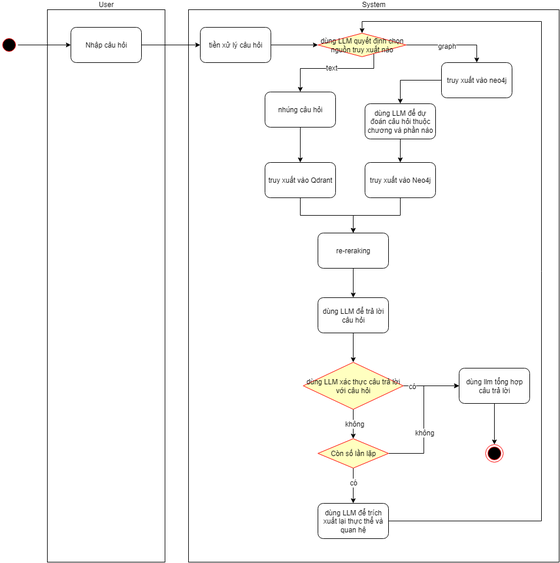
The draw.io diagram diagram/activity_diagram/qa.drawio.png in CaoThanhNammm/khoa_luan_2025_2026, before a commit. Source tidied: cells renumbered, new cells last; positions are measured from the earlier drawing's top-left corner, leaving out a move shared by most shapes.
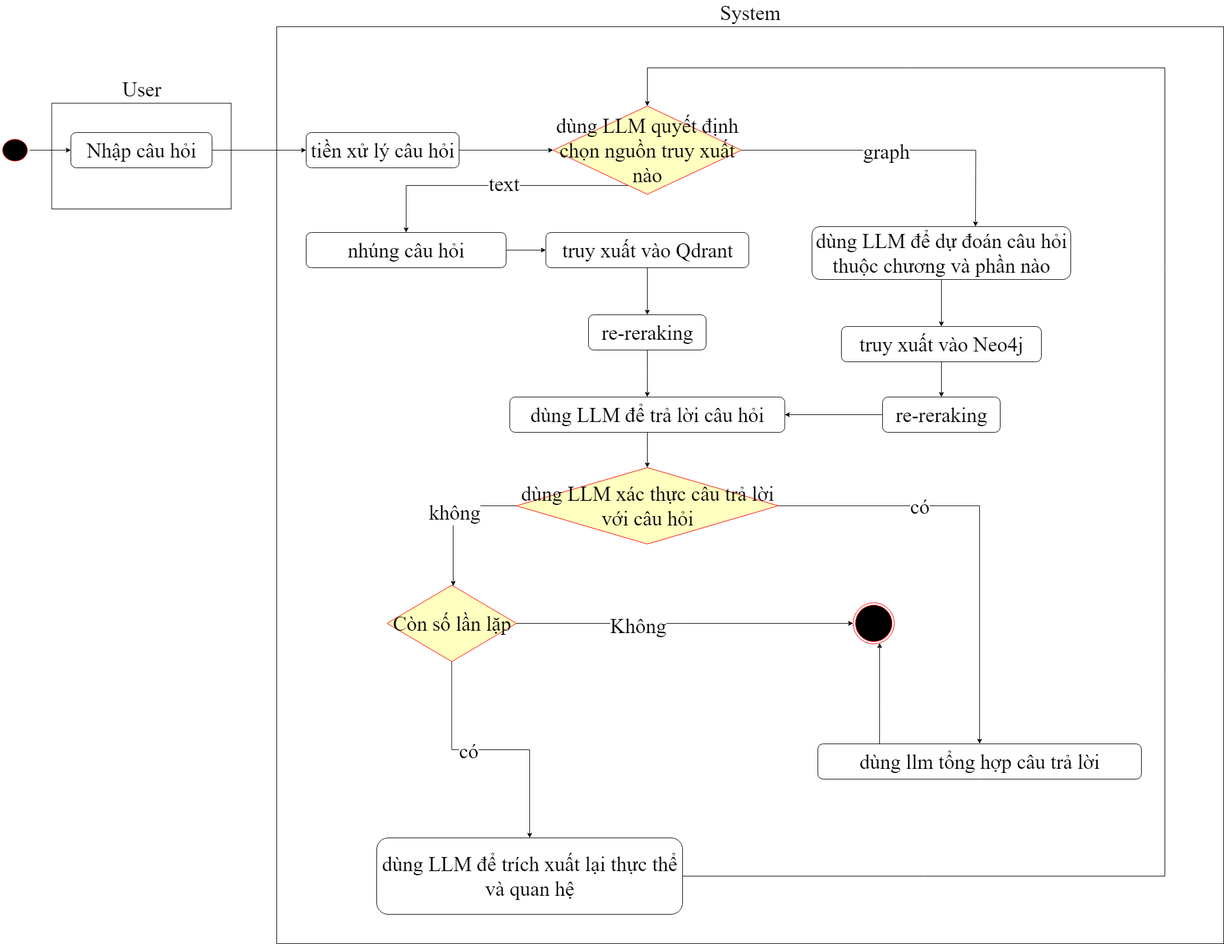
The same diagram one commit later.

What changed in the source:
```diff
@@ -2,144 +2,158 @@
   <root>
     <mxCell id="0" />
     <mxCell id="1" parent="0" />
-    <mxCell id="2" value="User" style="rounded=0;whiteSpace=wrap;html=1;labelPosition=center;verticalLabelPosition=top;align=center;verticalAlign=bottom;" parent="1" vertex="1">
-      <mxGeometry x="80" width="200" height="940" as="geometry" />
+    <mxCell id="2" value="User" style="rounded=0;whiteSpace=wrap;html=1;labelPosition=center;verticalLabelPosition=top;align=center;verticalAlign=bottom;fontFamily=Times New Roman;fontSize=35;" parent="1" vertex="1">
+      <mxGeometry x="-72.5" y="-370" width="305" height="180" as="geometry" />
     </mxCell>
-    <mxCell id="3" value="System" style="rounded=0;whiteSpace=wrap;html=1;labelPosition=center;verticalLabelPosition=top;align=center;verticalAlign=bottom;" parent="1" vertex="1">
-      <mxGeometry x="320" width="630" height="940" as="geometry" />
+    <mxCell id="3" value="System" style="rounded=0;whiteSpace=wrap;html=1;labelPosition=center;verticalLabelPosition=top;align=center;verticalAlign=bottom;fontFamily=Times New Roman;fontSize=35;" parent="1" vertex="1">
+      <mxGeometry x="310" y="-500" width="1610" height="1560" as="geometry" />
     </mxCell>
-    <mxCell id="4" style="edgeStyle=orthogonalEdgeStyle;rounded=0;jettySize=auto;html=1;" parent="1" edge="1" source="5" target="38">
+    <mxCell id="4" style="edgeStyle=orthogonalEdgeStyle;rounded=0;jettySize=auto;html=1;fontFamily=Times New Roman;fontSize=35;" parent="1" edge="1" source="5" target="38">
       <mxGeometry relative="1" as="geometry" />
     </mxCell>
-    <mxCell id="5" value="Nhập câu hỏi" style="rounded=1;whiteSpace=wrap;html=1;" parent="1" vertex="1">
-      <mxGeometry x="120" y="30" width="120" height="60" as="geometry" />
+    <mxCell id="5" value="Nhập câu hỏi" style="rounded=1;whiteSpace=wrap;html=1;fontFamily=Times New Roman;fontSize=35;" parent="1" vertex="1">
+      <mxGeometry x="-40" y="-320" width="240" height="60" as="geometry" />
     </mxCell>
-    <mxCell id="6" style="edgeStyle=orthogonalEdgeStyle;rounded=0;jettySize=auto;html=1;" parent="1" edge="1" source="7" target="5">
-      <mxGeometry relative="1" as="geometry" />
-    </mxCell>
-    <mxCell id="7" style="ellipse;html=1;shape=startState;fillColor=#000000;strokeColor=#ff0000;" parent="1" vertex="1">
-      <mxGeometry y="45" width="30" height="30" as="geometry" />
-    </mxCell>
+    <mxCell id="44" style="edgeStyle=orthogonalEdgeStyle;rounded=0;jettySize=auto;html=1;fontFamily=Times New Roman;fontSize=35;" parent="1" edge="1" source="45" target="5">
+      <mxGeometry relative="1" as="geometry" />
+    </mxCell>
+    <mxCell id="45" style="ellipse;html=1;shape=startState;fillColor=#000000;strokeColor=#ff0000;fontFamily=Times New Roman;fontSize=35;" parent="1" vertex="1">
+      <mxGeometry x="-160" y="-312.5" width="50" height="45" as="geometry" />
+    </mxCell>
+    <mxCell id="46" style="edgeStyle=orthogonalEdgeStyle;rounded=0;jettySize=auto;html=1;fontFamily=Times New Roman;fontSize=35;" parent="1" edge="1" source="12">
+      <mxGeometry relative="1" as="geometry">
+        <mxPoint x="1498" y="-160" as="targetPoint" />
+      </mxGeometry>
+    </mxCell>
+    <mxCell id="11" value="graph" style="edgeLabel;html=1;align=center;verticalAlign=middle;fontFamily=Times New Roman;fontSize=35;" parent="46" vertex="1">
+      <mxGeometry x="-0.07" y="-1" relative="1" as="geometry" />
+    </mxCell>
-    <mxCell id="8" style="edgeStyle=orthogonalEdgeStyle;rounded=0;jettySize=auto;html=1;" parent="1" edge="1" source="12" target="14">
+    <mxCell id="8" style="edgeStyle=orthogonalEdgeStyle;rounded=0;jettySize=auto;html=1;fontFamily=Times New Roman;fontSize=35;" parent="1" edge="1" source="12" target="14">
       <mxGeometry relative="1" as="geometry">
         <Array as="points">
-          <mxPoint x="635" y="100" />
-          <mxPoint x="510" y="100" />
+          <mxPoint x="530" y="-230" />
         </Array>
       </mxGeometry>
     </mxCell>
-    <mxCell id="9" value="text" style="edgeLabel;html=1;align=center;verticalAlign=middle;" parent="8" vertex="1">
-      <mxGeometry x="0.02" y="-2" relative="1" as="geometry" />
+    <mxCell id="9" value="text" style="edgeLabel;html=1;align=center;verticalAlign=middle;fontFamily=Times New Roman;fontSize=35;" parent="8" vertex="1">
+      <mxGeometry x="-0.07" y="-4" relative="1" as="geometry">
+        <mxPoint x="-1" as="offset" />
+      </mxGeometry>
     </mxCell>
-    <mxCell id="10" style="edgeStyle=orthogonalEdgeStyle;rounded=0;jettySize=auto;html=1;" parent="1" edge="1" source="12" target="16">
-      <mxGeometry relative="1" as="geometry" />
-    </mxCell>
-    <mxCell id="11" value="graph" style="edgeLabel;html=1;align=center;verticalAlign=middle;" parent="10" vertex="1">
-      <mxGeometry x="-0.07" y="-1" relative="1" as="geometry" />
-    </mxCell>
-    <mxCell id="12" value="dùng LLM quyết định chọn nguồn truy xuất nào" style="rhombus;whiteSpace=wrap;html=1;fontColor=#000000;fillColor=#ffffc0;strokeColor=#ff0000;" parent="1" vertex="1">
-      <mxGeometry x="540" y="40" width="150" height="40" as="geometry" />
+    <mxCell id="12" value="dùng LLM quyết định chọn nguồn truy xuất nào" style="rhombus;whiteSpace=wrap;html=1;fontColor=#000000;fillColor=#ffffc0;strokeColor=#ff0000;fontFamily=Times New Roman;fontSize=35;" parent="1" vertex="1">
+      <mxGeometry x="780" y="-365" width="320" height="150" as="geometry" />
     </mxCell>
-    <mxCell id="13" style="edgeStyle=orthogonalEdgeStyle;rounded=0;jettySize=auto;html=1;" parent="1" edge="1" source="14" target="18">
+    <mxCell id="13" style="edgeStyle=orthogonalEdgeStyle;rounded=0;jettySize=auto;html=1;fontFamily=Times New Roman;fontSize=35;" parent="1" edge="1" source="14" target="18">
       <mxGeometry relative="1" as="geometry" />
     </mxCell>
-    <mxCell id="14" value="nhúng câu hỏi" style="rounded=1;whiteSpace=wrap;html=1;" parent="1" vertex="1">
-      <mxGeometry x="450" y="140" width="120" height="60" as="geometry" />
+    <mxCell id="14" value="nhúng câu hỏi" style="rounded=1;whiteSpace=wrap;html=1;fontFamily=Times New Roman;fontSize=35;" parent="1" vertex="1">
+      <mxGeometry x="360" y="-150" width="340" height="60" as="geometry" />
     </mxCell>
-    <mxCell id="15" style="edgeStyle=orthogonalEdgeStyle;rounded=0;jettySize=auto;html=1;" parent="1" edge="1" source="16" target="24">
-      <mxGeometry relative="1" as="geometry" />
-    </mxCell>
-    <mxCell id="16" value="truy xuất vào neo4j" style="rounded=1;whiteSpace=wrap;html=1;" parent="1" vertex="1">
-      <mxGeometry x="750" y="90" width="120" height="60" as="geometry" />
-    </mxCell>
-    <mxCell id="17" style="edgeStyle=orthogonalEdgeStyle;rounded=0;jettySize=auto;html=1;" parent="1" edge="1" source="18" target="20">
-      <mxGeometry relative="1" as="geometry" />
-    </mxCell>
+    <mxCell id="47" style="edgeStyle=orthogonalEdgeStyle;rounded=0;jettySize=auto;html=1;fontFamily=Times New Roman;fontSize=35;" parent="1" edge="1" source="18" target="49">
+      <mxGeometry relative="1" as="geometry" />
+    </mxCell>
-    <mxCell id="18" value="truy xuất vào Qdrant" style="rounded=1;whiteSpace=wrap;html=1;" parent="1" vertex="1">
-      <mxGeometry x="450" y="260" width="120" height="60" as="geometry" />
+    <mxCell id="18" value="truy xuất vào Qdrant" style="rounded=1;whiteSpace=wrap;html=1;fontFamily=Times New Roman;fontSize=35;" parent="1" vertex="1">
+      <mxGeometry x="767.5" y="-150" width="345" height="60" as="geometry" />
     </mxCell>
-    <mxCell id="19" style="edgeStyle=orthogonalEdgeStyle;rounded=0;jettySize=auto;html=1;" parent="1" edge="1" source="20" target="22">
-      <mxGeometry relative="1" as="geometry" />
-    </mxCell>
-    <mxCell id="20" value="re-reraking" style="rounded=1;whiteSpace=wrap;html=1;" parent="1" vertex="1">
-      <mxGeometry x="540" y="380" width="120" height="60" as="geometry" />
-    </mxCell>
+    <mxCell id="48" style="edgeStyle=orthogonalEdgeStyle;rounded=0;jettySize=auto;html=1;fontFamily=Times New Roman;fontSize=35;" parent="1" edge="1" source="49" target="22">
+      <mxGeometry relative="1" as="geometry" />
+    </mxCell>
+    <mxCell id="49" value="re-reraking" style="rounded=1;whiteSpace=wrap;html=1;fontFamily=Times New Roman;fontSize=35;" parent="1" vertex="1">
+      <mxGeometry x="840" y="-10" width="200" height="60" as="geometry" />
+    </mxCell>
-    <mxCell id="21" style="edgeStyle=orthogonalEdgeStyle;rounded=0;jettySize=auto;html=1;entryX=0.5;entryY=0;entryDx=0;entryDy=0;" parent="1" edge="1" source="22" target="31">
+    <mxCell id="21" style="edgeStyle=orthogonalEdgeStyle;rounded=0;jettySize=auto;html=1;entryX=0.5;entryY=0;entryDx=0;entryDy=0;fontFamily=Times New Roman;fontSize=35;" parent="1" edge="1" source="22" target="31">
       <mxGeometry relative="1" as="geometry" />
     </mxCell>
-    <mxCell id="22" value="dùng LLM để trả lời câu hỏi" style="rounded=1;whiteSpace=wrap;html=1;" parent="1" vertex="1">
-      <mxGeometry x="540" y="490" width="120" height="60" as="geometry" />
+    <mxCell id="22" value="dùng LLM để trả lời câu hỏi" style="rounded=1;whiteSpace=wrap;html=1;fontFamily=Times New Roman;fontSize=35;" parent="1" vertex="1">
+      <mxGeometry x="706.2" y="130" width="467.5" height="60" as="geometry" />
     </mxCell>
-    <mxCell id="23" style="edgeStyle=orthogonalEdgeStyle;rounded=0;jettySize=auto;html=1;" parent="1" edge="1" source="24" target="26">
+    <mxCell id="23" style="edgeStyle=orthogonalEdgeStyle;rounded=0;jettySize=auto;html=1;fontFamily=Times New Roman;fontSize=35;" parent="1" edge="1" source="24" target="26">
       <mxGeometry relative="1" as="geometry" />
     </mxCell>
-    <mxCell id="24" value="dùng LLM để dự đoán câu hỏi thuộc chương và phần nào" style="rounded=1;whiteSpace=wrap;html=1;" parent="1" vertex="1">
-      <mxGeometry x="620" y="160" width="120" height="60" as="geometry" />
+    <mxCell id="24" value="dùng LLM để dự đoán câu hỏi thuộc chương và phần nào" style="rounded=1;whiteSpace=wrap;html=1;fontFamily=Times New Roman;fontSize=35;" parent="1" vertex="1">
+      <mxGeometry x="1220" y="-160" width="440" height="90" as="geometry" />
     </mxCell>
-    <mxCell id="25" style="edgeStyle=orthogonalEdgeStyle;rounded=0;jettySize=auto;html=1;entryX=0.5;entryY=0;entryDx=0;entryDy=0;" parent="1" edge="1" source="26" target="20">
-      <mxGeometry relative="1" as="geometry" />
-    </mxCell>
+    <mxCell id="50" style="edgeStyle=orthogonalEdgeStyle;rounded=0;jettySize=auto;html=1;fontFamily=Times New Roman;fontSize=35;" parent="1" edge="1" source="26" target="59">
+      <mxGeometry relative="1" as="geometry" />
+    </mxCell>
-    <mxCell id="26" value="truy xuất vào Neo4j" style="rounded=1;whiteSpace=wrap;html=1;" parent="1" vertex="1">
-      <mxGeometry x="620" y="260" width="120" height="60" as="geometry" />
+    <mxCell id="26" value="truy xuất vào Neo4j" style="rounded=1;whiteSpace=wrap;html=1;fontFamily=Times New Roman;fontSize=35;" parent="1" vertex="1">
+      <mxGeometry x="1270" y="10" width="340" height="60" as="geometry" />
     </mxCell>
-    <mxCell id="27" style="edgeStyle=orthogonalEdgeStyle;rounded=0;jettySize=auto;html=1;" parent="1" edge="1" source="31" target="33">
+    <mxCell id="27" style="edgeStyle=orthogonalEdgeStyle;rounded=0;jettySize=auto;html=1;fontFamily=Times New Roman;fontSize=35;" parent="1" edge="1" source="31" target="33">
       <mxGeometry relative="1" as="geometry" />
     </mxCell>
-    <mxCell id="28" value="có" style="edgeLabel;html=1;align=center;verticalAlign=middle;" parent="27" vertex="1">
-      <mxGeometry x="-0.31" y="3" relative="1" as="geometry">
-        <mxPoint x="-18" y="3" as="offset" />
-      </mxGeometry>
-    </mxCell>
+    <mxCell id="51" value="có" style="edgeLabel;html=1;align=center;verticalAlign=middle;fontFamily=Times New Roman;fontSize=35;" parent="27" vertex="1">
+      <mxGeometry x="-0.31" y="3" relative="1" as="geometry">
+        <mxPoint x="-18" y="3" as="offset" />
+      </mxGeometry>
+    </mxCell>
-    <mxCell id="29" style="edgeStyle=orthogonalEdgeStyle;rounded=0;jettySize=auto;html=1;" parent="1" edge="1" source="31" target="43">
-      <mxGeometry relative="1" as="geometry" />
+    <mxCell id="29" style="edgeStyle=orthogonalEdgeStyle;rounded=0;jettySize=auto;html=1;fontFamily=Times New Roman;fontSize=35;" parent="1" edge="1" source="31" target="43">
+      <mxGeometry relative="1" as="geometry">
+        <Array as="points">
+          <mxPoint x="610" y="315" />
+          <mxPoint x="610" y="485" />
+          <mxPoint x="620" y="485" />
+        </Array>
+      </mxGeometry>
     </mxCell>
-    <mxCell id="30" value="không" style="edgeLabel;html=1;align=center;verticalAlign=middle;" parent="29" vertex="1">
-      <mxGeometry x="-0.04" y="1" relative="1" as="geometry" />
-    </mxCell>
+    <mxCell id="52" value="không" style="edgeLabel;html=1;align=center;verticalAlign=middle;fontFamily=Times New Roman;fontSize=35;" parent="29" vertex="1">
+      <mxGeometry x="-0.04" y="1" relative="1" as="geometry" />
+    </mxCell>
-    <mxCell id="31" value="dùng LLM xác thực câu trả lời với câu hỏi" style="rhombus;whiteSpace=wrap;html=1;fontColor=#000000;fillColor=#ffffc0;strokeColor=#ff0000;" parent="1" vertex="1">
-      <mxGeometry x="515" y="600" width="170" height="80" as="geometry" />
+    <mxCell id="31" value="dùng LLM xác thực câu trả lời với câu hỏi" style="rhombus;whiteSpace=wrap;html=1;fontColor=#000000;fillColor=#ffffc0;strokeColor=#ff0000;fontFamily=Times New Roman;fontSize=35;" parent="1" vertex="1">
+      <mxGeometry x="717.5" y="250" width="445" height="130" as="geometry" />
     </mxCell>
-    <mxCell id="32" style="edgeStyle=orthogonalEdgeStyle;rounded=0;jettySize=auto;html=1;" parent="1" edge="1" source="33" target="36">
-      <mxGeometry relative="1" as="geometry" />
-    </mxCell>
+    <mxCell id="53" style="edgeStyle=orthogonalEdgeStyle;rounded=0;jettySize=auto;html=1;fontFamily=Times New Roman;fontSize=35;" parent="1" edge="1" source="33" target="54">
+      <mxGeometry relative="1" as="geometry">
+        <Array as="points">
+          <mxPoint x="1335" y="660" />
+          <mxPoint x="1335" y="660" />
+        </Array>
+      </mxGeometry>
+    </mxCell>
-    <mxCell id="33" value="dùng llm tổng hợp câu trả lời" style="rounded=1;whiteSpace=wrap;html=1;" parent="1" vertex="1">
-      <mxGeometry x="780" y="610" width="120" height="60" as="geometry" />
+    <mxCell id="33" value="dùng llm tổng hợp câu trả lời" style="rounded=1;whiteSpace=wrap;html=1;fontFamily=Times New Roman;fontSize=35;" parent="1" vertex="1">
+      <mxGeometry x="1230" y="720" width="550" height="60" as="geometry" />
     </mxCell>
-    <mxCell id="34" style="edgeStyle=orthogonalEdgeStyle;rounded=0;jettySize=auto;html=1;entryX=0.5;entryY=0;entryDx=0;entryDy=0;" parent="1" edge="1" source="35" target="12">
+    <mxCell id="34" style="edgeStyle=orthogonalEdgeStyle;rounded=0;jettySize=auto;html=1;entryX=0.5;entryY=0;entryDx=0;entryDy=0;fontFamily=Times New Roman;fontSize=35;" parent="1" edge="1" source="35" target="12">
       <mxGeometry relative="1" as="geometry">
         <Array as="points">
-          <mxPoint x="920" y="870" />
-          <mxPoint x="920" y="20" />
-          <mxPoint x="615" y="20" />
+          <mxPoint x="1820" y="945" />
+          <mxPoint x="1820" y="-430" />
+          <mxPoint x="940" y="-430" />
         </Array>
       </mxGeometry>
     </mxCell>
-    <mxCell id="35" value="dùng LLM để trích xuất lại thực thể và quan hệ" style="rounded=1;whiteSpace=wrap;html=1;" parent="1" vertex="1">
-      <mxGeometry x="540" y="840" width="120" height="60" as="geometry" />
+    <mxCell id="35" value="dùng LLM để trích xuất lại thực thể và quan hệ" style="rounded=1;whiteSpace=wrap;html=1;fontFamily=Times New Roman;fontSize=35;" parent="1" vertex="1">
+      <mxGeometry x="480" y="880" width="520" height="130" as="geometry" />
     </mxCell>
-    <mxCell id="36" style="ellipse;html=1;shape=endState;fillColor=#000000;strokeColor=#ff0000;" parent="1" vertex="1">
-      <mxGeometry x="825" y="740" width="30" height="30" as="geometry" />
-    </mxCell>
+    <mxCell id="54" style="ellipse;html=1;shape=endState;fillColor=#000000;strokeColor=#ff0000;fontFamily=Times New Roman;fontSize=35;" parent="1" vertex="1">
+      <mxGeometry x="1290" y="480" width="70" height="70" as="geometry" />
+    </mxCell>
-    <mxCell id="37" style="edgeStyle=orthogonalEdgeStyle;rounded=0;jettySize=auto;html=1;" parent="1" edge="1" source="38" target="12">
+    <mxCell id="37" style="edgeStyle=orthogonalEdgeStyle;rounded=0;jettySize=auto;html=1;fontFamily=Times New Roman;fontSize=35;" parent="1" edge="1" source="38" target="12">
       <mxGeometry relative="1" as="geometry" />
     </mxCell>
-    <mxCell id="38" value="tiền xử lý câu hỏi" style="rounded=1;whiteSpace=wrap;html=1;" parent="1" vertex="1">
-      <mxGeometry x="340" y="30" width="120" height="60" as="geometry" />
+    <mxCell id="38" value="tiền xử lý câu hỏi" style="rounded=1;whiteSpace=wrap;html=1;fontFamily=Times New Roman;fontSize=35;" parent="1" vertex="1">
+      <mxGeometry x="360" y="-320" width="260" height="60" as="geometry" />
     </mxCell>
-    <mxCell id="39" style="edgeStyle=orthogonalEdgeStyle;rounded=0;jettySize=auto;html=1;" parent="1" edge="1" source="43" target="35">
+    <mxCell id="39" style="edgeStyle=orthogonalEdgeStyle;rounded=0;jettySize=auto;html=1;fontFamily=Times New Roman;fontSize=35;" parent="1" edge="1" source="43" target="35">
       <mxGeometry relative="1" as="geometry" />
     </mxCell>
-    <mxCell id="40" value="có" style="edgeLabel;html=1;align=center;verticalAlign=middle;" parent="39" vertex="1">
-      <mxGeometry x="-0.18" y="-1" relative="1" as="geometry" />
-    </mxCell>
-    <mxCell id="41" style="edgeStyle=orthogonalEdgeStyle;rounded=0;jettySize=auto;html=1;entryX=0;entryY=0.5;entryDx=0;entryDy=0;" parent="1" edge="1" source="43" target="33">
-      <mxGeometry relative="1" as="geometry" />
-    </mxCell>
-    <mxCell id="42" value="không" style="edgeLabel;html=1;align=center;verticalAlign=middle;" parent="41" vertex="1">
-      <mxGeometry x="-0.19" relative="1" as="geometry" />
-    </mxCell>
+    <mxCell id="55" value="có" style="edgeLabel;html=1;align=center;verticalAlign=middle;fontFamily=Times New Roman;fontSize=35;" parent="39" vertex="1">
+      <mxGeometry x="-0.18" y="-1" relative="1" as="geometry" />
+    </mxCell>
+    <mxCell id="56" style="edgeStyle=orthogonalEdgeStyle;rounded=0;jettySize=auto;html=1;entryX=0;entryY=0.5;entryDx=0;entryDy=0;fontFamily=Times New Roman;fontSize=35;" parent="1" edge="1" source="43" target="54">
+      <mxGeometry relative="1" as="geometry" />
+    </mxCell>
+    <mxCell id="57" value="Không" style="edgeLabel;html=1;align=center;verticalAlign=middle;fontFamily=Times New Roman;fontSize=35;" parent="56" vertex="1">
+      <mxGeometry x="-0.28" y="-3" relative="1" as="geometry" />
+    </mxCell>
-    <mxCell id="43" value="Còn số lần lặp" style="rhombus;whiteSpace=wrap;html=1;fontColor=#000000;fillColor=#ffffc0;strokeColor=#ff0000;" parent="1" vertex="1">
-      <mxGeometry x="540" y="730" width="120" height="50" as="geometry" />
+    <mxCell id="43" value="Còn số lần lặp" style="rhombus;whiteSpace=wrap;html=1;fontColor=#000000;fillColor=#ffffc0;strokeColor=#ff0000;fontFamily=Times New Roman;fontSize=35;" parent="1" vertex="1">
+      <mxGeometry x="497.5" y="450" width="220" height="130" as="geometry" />
     </mxCell>
+    <mxCell id="58" style="edgeStyle=orthogonalEdgeStyle;rounded=0;jettySize=auto;html=1;entryX=1;entryY=0.5;entryDx=0;entryDy=0;fontFamily=Times New Roman;fontSize=35;" parent="1" edge="1" source="59" target="22">
+      <mxGeometry relative="1" as="geometry" />
+    </mxCell>
+    <mxCell id="59" value="re-reraking" style="rounded=1;whiteSpace=wrap;html=1;fontFamily=Times New Roman;fontSize=35;" parent="1" vertex="1">
+      <mxGeometry x="1340" y="130" width="200" height="60" as="geometry" />
+    </mxCell>
   </root>
 </mxGraphModel>
```
